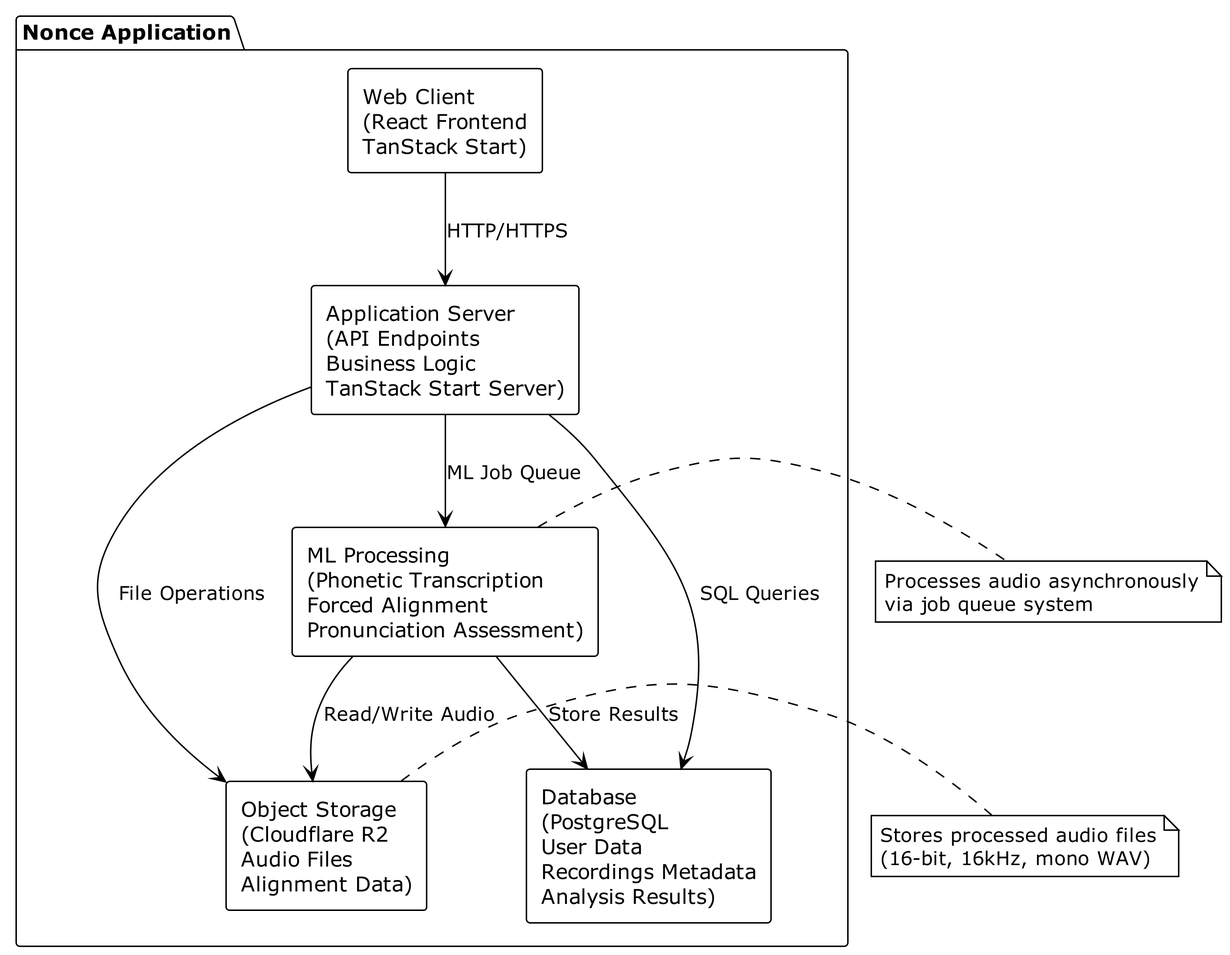
Earlier version of the PlantUML export doc/report/images/system-design.png (umitcan07/senior).
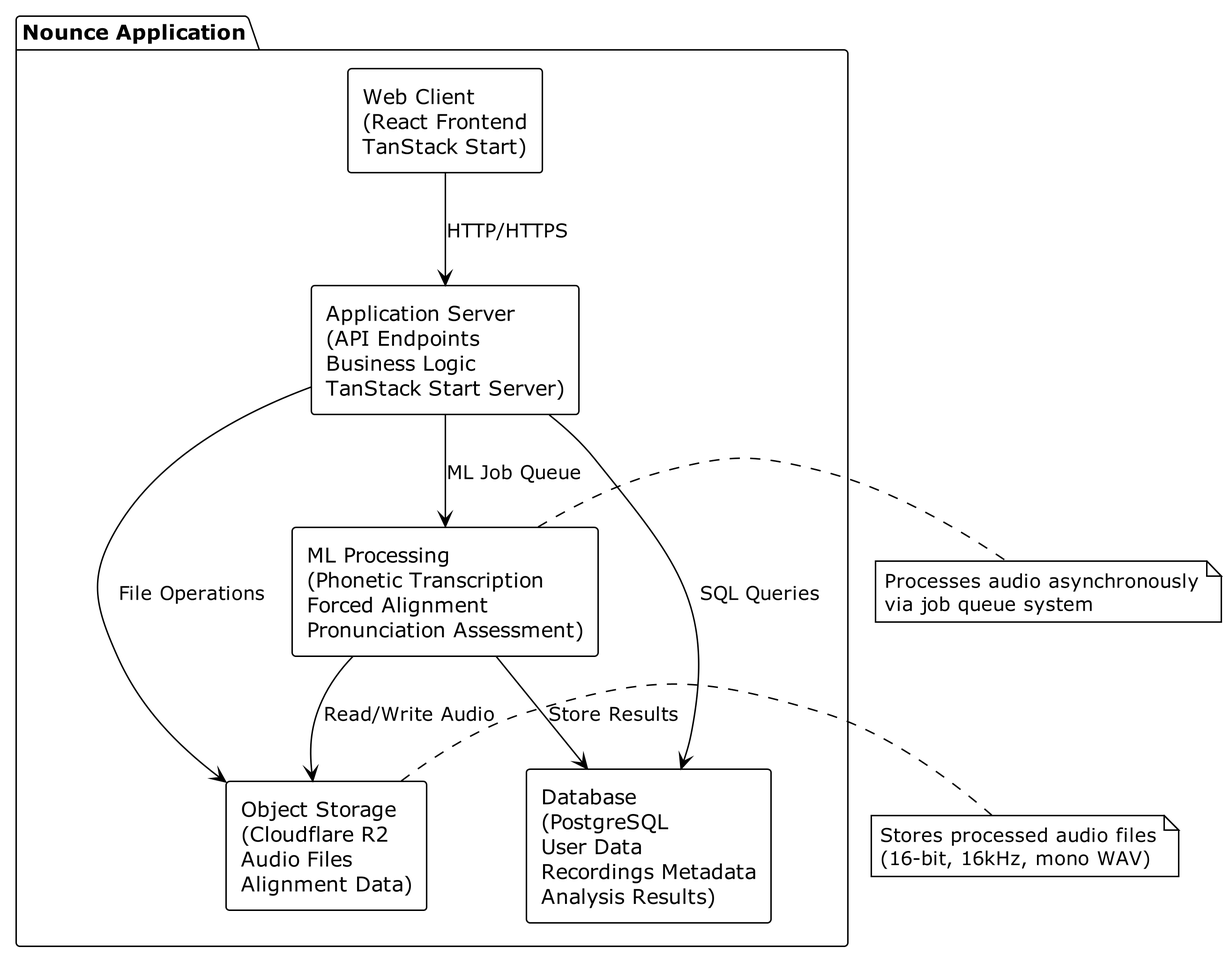
After the change.

Diff of the diagram source:
```diff
@@ -3,7 +3,7 @@
 !theme plain
 skinparam componentStyle rectangle
 
-package "Nonce Application" {
+package "Nounce Application" {
   component "Web Client\n(React Frontend\nTanStack Start)" as Client
 
   component "Application Server\n(API Endpoints\nBusiness Logic\nTanStack Start Server)" as Server
```
